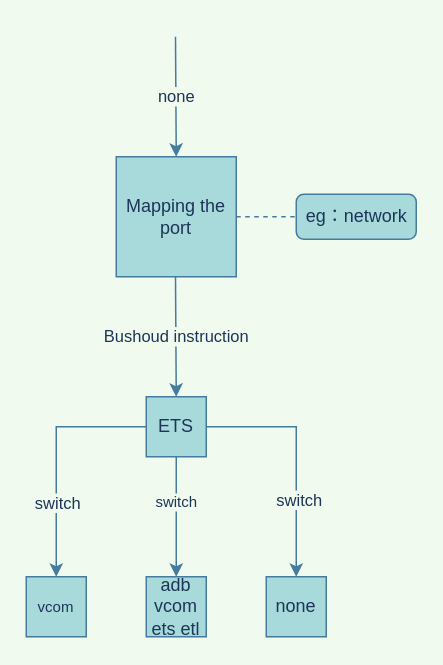
This is 未命名绘图.drawio from baiziqing/baiziqing.github.io, a draw.io file, before an edit. Source tidied: cells renumbered, new cells numbered last; positions are measured from the earlier drawing's top-left corner, leaving out a move shared by most shapes. Both pictures are drawn from the tidied source at 150%, with x=0, y=0 at pixel (26, 36).
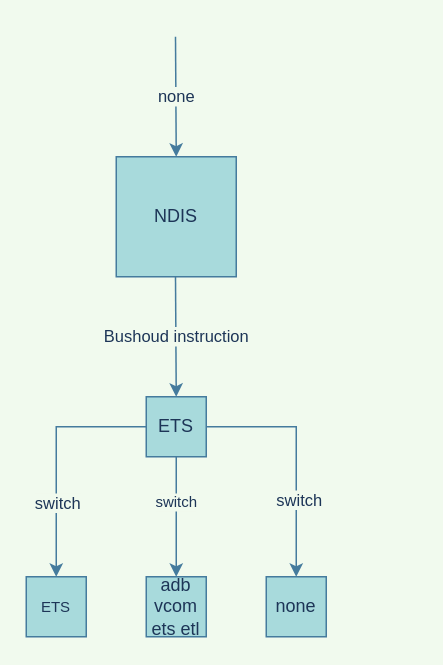
After the change.

Commit message:
更新未命名绘图.drawio

Diff of the diagram source:
```diff
@@
-    <mxCell id="2" value="Mapping the port" style="whiteSpace=wrap;html=1;fillColor=#A8DADC;strokeColor=#457B9D;rounded=0;shadow=0;glass=0;sketch=0;fontColor=#1D3557;" parent="1" vertex="1">
+    <mxCell id="2" value="NDIS" style="whiteSpace=wrap;html=1;fillColor=#A8DADC;strokeColor=#457B9D;rounded=0;shadow=0;glass=0;sketch=0;fontColor=#1D3557;" parent="1" vertex="1">
       <mxGeometry x="60" y="80" width="80" height="80" as="geometry" />
     </mxCell>
@@
-    <mxCell id="6" value="&lt;span style=&quot;font-size: 10px;&quot;&gt;vcom&lt;/span&gt;" style="whiteSpace=wrap;html=1;rounded=0;shadow=0;glass=0;sketch=0;fillColor=#A8DADC;strokeColor=#457B9D;fontColor=#1D3557;" parent="1" vertex="1">
+    <mxCell id="6" value="&lt;span style=&quot;font-size: 10px;&quot;&gt;ETS&lt;/span&gt;" style="whiteSpace=wrap;html=1;rounded=0;shadow=0;glass=0;sketch=0;fillColor=#A8DADC;strokeColor=#457B9D;fontColor=#1D3557;" parent="1" vertex="1">
       <mxGeometry y="360" width="40" height="40" as="geometry" />
     </mxCell>
@@
-    <mxCell id="17" value="eg：network" style="html=1;rounded=1;absoluteArcSize=1;arcSize=10;strokeColor=#457B9D;fontColor=#1D3557;fillColor=#A8DADC;" parent="1" vertex="1">
-      <mxGeometry x="180" y="105" width="80" height="30" as="geometry" />
-    </mxCell>
-    <mxCell id="18" style="endArrow=none;dashed=1;html=1;rounded=0;strokeColor=#457B9D;fontColor=#1D3557;fillColor=#A8DADC;entryX=0;entryY=0.5;entryDx=0;entryDy=0;labelBackgroundColor=#F1FAEE;" parent="1" edge="1" target="17">
-      <mxGeometry relative="1" as="geometry">
-        <mxPoint x="140" y="120" as="sourcePoint" />
-      </mxGeometry>
-    </mxCell>
```
